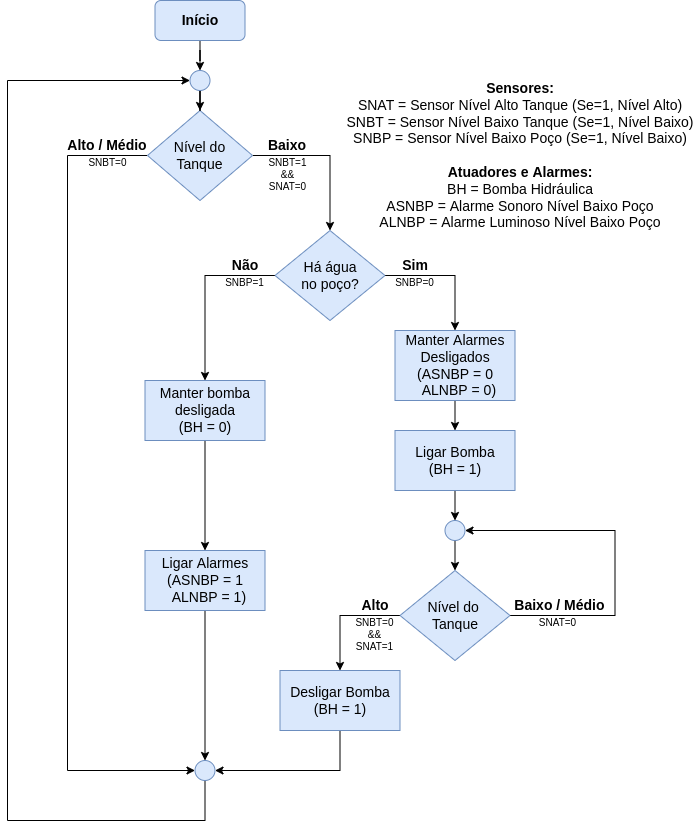
Above: Fluxograma.drawio.png in felipemohr/DLP_Tankinho (draw.io), before the change. Source tidied: cells renumbered, new cells last; positions are measured from the earlier drawing's top-left corner, leaving out a move shared by most shapes.
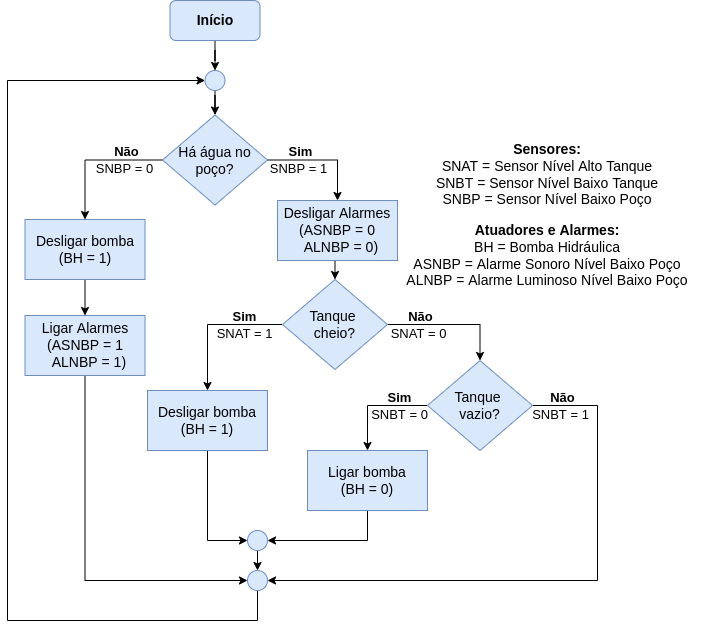
After the change.

Diff of the diagram source:
```diff
@@ -6,137 +6,147 @@
       <mxGeometry relative="1" as="geometry" />
     </mxCell>
     <mxCell id="3" value="&lt;font style=&quot;font-size: 14px;&quot;&gt;&lt;b&gt;Início&lt;/b&gt;&lt;/font&gt;" style="rounded=1;whiteSpace=wrap;html=1;fillColor=#dae8fc;strokeColor=#6c8ebf;" parent="1" vertex="1">
-      <mxGeometry x="147.5" width="90" height="40" as="geometry" />
+      <mxGeometry x="172.5" width="90" height="40" as="geometry" />
     </mxCell>
-    <mxCell id="4" style="edgeStyle=orthogonalEdgeStyle;rounded=0;jettySize=auto;html=1;fontSize=14;" parent="1" edge="1" source="6" target="9">
-      <mxGeometry relative="1" as="geometry" />
-    </mxCell>
-    <mxCell id="5" style="edgeStyle=orthogonalEdgeStyle;rounded=0;jettySize=auto;html=1;exitX=0;exitY=0.5;exitDx=0;exitDy=0;entryX=0;entryY=0.5;entryDx=0;entryDy=0;fontSize=14;" parent="1" edge="1" source="6" target="25">
-      <mxGeometry relative="1" as="geometry">
-        <Array as="points">
-          <mxPoint x="60" y="155" />
-          <mxPoint x="60" y="770" />
-        </Array>
-      </mxGeometry>
-    </mxCell>
+    <mxCell id="42" style="edgeStyle=orthogonalEdgeStyle;rounded=0;jettySize=auto;html=1;exitX=0;exitY=0.5;exitDx=0;exitDy=0;" parent="1" edge="1" source="6" target="45">
+      <mxGeometry relative="1" as="geometry" />
+    </mxCell>
+    <mxCell id="43" style="edgeStyle=orthogonalEdgeStyle;rounded=0;jettySize=auto;html=1;exitX=1;exitY=0.5;exitDx=0;exitDy=0;entryX=0.5;entryY=0;entryDx=0;entryDy=0;" parent="1" edge="1" source="6" target="47">
+      <mxGeometry relative="1" as="geometry" />
+    </mxCell>
-    <mxCell id="6" value="Nível do&lt;br&gt;Tanque" style="rhombus;whiteSpace=wrap;html=1;fontSize=14;fillColor=#dae8fc;strokeColor=#6c8ebf;" parent="1" vertex="1">
-      <mxGeometry x="140" y="110" width="105" height="90" as="geometry" />
+    <mxCell id="6" value="Há água no poço?" style="rhombus;whiteSpace=wrap;html=1;fontSize=14;fillColor=#dae8fc;strokeColor=#6c8ebf;" parent="1" vertex="1">
+      <mxGeometry x="165" y="114.5" width="105" height="90" as="geometry" />
     </mxCell>
-    <mxCell id="7" style="edgeStyle=orthogonalEdgeStyle;rounded=0;jettySize=auto;html=1;fontSize=14;" parent="1" edge="1" source="9" target="11">
-      <mxGeometry relative="1" as="geometry" />
-    </mxCell>
-    <mxCell id="8" style="edgeStyle=orthogonalEdgeStyle;rounded=0;jettySize=auto;html=1;fontSize=14;" parent="1" edge="1" source="9" target="13">
-      <mxGeometry relative="1" as="geometry" />
-    </mxCell>
-    <mxCell id="9" value="Há água&lt;br&gt;no poço?" style="rhombus;whiteSpace=wrap;html=1;fontSize=14;fillColor=#dae8fc;strokeColor=#6c8ebf;" parent="1" vertex="1">
-      <mxGeometry x="267.5" y="230" width="110" height="90" as="geometry" />
-    </mxCell>
-    <mxCell id="10" style="edgeStyle=orthogonalEdgeStyle;rounded=0;jettySize=auto;html=1;fontSize=14;exitX=0.5;exitY=1;exitDx=0;exitDy=0;" parent="1" edge="1" source="11" target="21">
-      <mxGeometry relative="1" as="geometry" />
-    </mxCell>
-    <mxCell id="11" value="Manter bomba desligada&lt;br&gt;(BH = 0)" style="rounded=0;whiteSpace=wrap;html=1;fontSize=14;fillColor=#dae8fc;strokeColor=#6c8ebf;" parent="1" vertex="1">
-      <mxGeometry x="137.5" y="380" width="120" height="60" as="geometry" />
-    </mxCell>
-    <mxCell id="12" style="edgeStyle=orthogonalEdgeStyle;rounded=0;jettySize=auto;html=1;exitX=0.5;exitY=1;exitDx=0;exitDy=0;entryX=0.5;entryY=0;entryDx=0;entryDy=0;" parent="1" edge="1" source="13" target="41">
-      <mxGeometry relative="1" as="geometry" />
-    </mxCell>
-    <mxCell id="13" value="Manter Alarmes Desligados&lt;br&gt;(ASNBP = 0&lt;br&gt;&amp;nbsp; ALNBP = 0)" style="rounded=0;whiteSpace=wrap;html=1;fontSize=14;fillColor=#dae8fc;strokeColor=#6c8ebf;" parent="1" vertex="1">
-      <mxGeometry x="387.5" y="330" width="120" height="70" as="geometry" />
-    </mxCell>
-    <mxCell id="14" style="edgeStyle=orthogonalEdgeStyle;rounded=0;jettySize=auto;html=1;exitX=1;exitY=0.5;exitDx=0;exitDy=0;entryX=1;entryY=0.5;entryDx=0;entryDy=0;fontSize=14;" parent="1" edge="1" source="16" target="27">
-      <mxGeometry relative="1" as="geometry">
-        <Array as="points">
-          <mxPoint x="607.5" y="615" />
-          <mxPoint x="607.5" y="530" />
-        </Array>
-      </mxGeometry>
-    </mxCell>
-    <mxCell id="15" style="edgeStyle=orthogonalEdgeStyle;rounded=0;jettySize=auto;html=1;exitX=0;exitY=0.5;exitDx=0;exitDy=0;fontSize=14;" parent="1" edge="1" source="16" target="18">
-      <mxGeometry relative="1" as="geometry" />
-    </mxCell>
-    <mxCell id="16" value="Nível do &lt;br&gt;Tanque" style="rhombus;whiteSpace=wrap;html=1;fontSize=14;fillColor=#dae8fc;strokeColor=#6c8ebf;" parent="1" vertex="1">
-      <mxGeometry x="392.5" y="570" width="110" height="90" as="geometry" />
-    </mxCell>
-    <mxCell id="17" style="edgeStyle=orthogonalEdgeStyle;rounded=0;jettySize=auto;html=1;exitX=0.5;exitY=1;exitDx=0;exitDy=0;entryX=1;entryY=0.5;entryDx=0;entryDy=0;fontSize=14;" parent="1" edge="1" source="18" target="25">
-      <mxGeometry relative="1" as="geometry" />
-    </mxCell>
-    <mxCell id="18" value="Desligar Bomba&lt;br&gt;(BH = 1)" style="rounded=0;whiteSpace=wrap;html=1;fontSize=14;fillColor=#dae8fc;strokeColor=#6c8ebf;" parent="1" vertex="1">
-      <mxGeometry x="272.5" y="670" width="120" height="60" as="geometry" />
-    </mxCell>
-    <mxCell id="19" value="&lt;b&gt;Sensores:&lt;br&gt;&lt;/b&gt;SNAT = Sensor Nível Alto Tanque (Se=1, Nível Alto)&lt;br&gt;SNBT = Sensor Nível Baixo Tanque (Se=1, Nível Baixo)&lt;br&gt;SNBP = Sensor Nível Baixo Poço (Se=1, Nível Baixo)&lt;br&gt;&lt;br&gt;&lt;b&gt;Atuadores e Alarmes:&lt;br&gt;&lt;/b&gt;BH = Bomba Hidráulica&lt;br&gt;ASNBP = Alarme Sonoro Nível Baixo Poço&lt;br&gt;ALNBP = Alarme Luminoso Nível Baixo Poço" style="text;html=1;strokeColor=none;fillColor=none;align=center;verticalAlign=middle;whiteSpace=wrap;rounded=0;fontSize=14;" parent="1" vertex="1">
-      <mxGeometry x="337.5" y="65" width="350" height="180" as="geometry" />
+    <mxCell id="19" value="&lt;b&gt;Sensores:&lt;/b&gt;&lt;br&gt;SNAT = Sensor Nível Alto Tanque&lt;br&gt;SNBT = Sensor Nível Baixo Tanque&lt;br&gt;SNBP = Sensor Nível Baixo Poço" style="text;html=1;strokeColor=none;fillColor=none;align=center;verticalAlign=middle;whiteSpace=wrap;rounded=0;fontSize=14;" parent="1" vertex="1">
+      <mxGeometry x="380" y="158.5" width="340" height="30" as="geometry" />
     </mxCell>
-    <mxCell id="20" style="edgeStyle=orthogonalEdgeStyle;rounded=0;jettySize=auto;html=1;exitX=0.5;exitY=1;exitDx=0;exitDy=0;entryX=0.5;entryY=0;entryDx=0;entryDy=0;fontSize=14;" parent="1" edge="1" source="21" target="25">
-      <mxGeometry relative="1" as="geometry" />
-    </mxCell>
-    <mxCell id="21" value="Ligar Alarmes&lt;br&gt;(ASNBP = 1&lt;br&gt;&amp;nbsp; ALNBP = 1)" style="rounded=0;whiteSpace=wrap;html=1;fontSize=14;fillColor=#dae8fc;strokeColor=#6c8ebf;" parent="1" vertex="1">
-      <mxGeometry x="137.5" y="550" width="120" height="60" as="geometry" />
-    </mxCell>
     <mxCell id="22" style="edgeStyle=orthogonalEdgeStyle;rounded=0;jettySize=auto;html=1;fontSize=14;" parent="1" edge="1" source="23" target="6">
       <mxGeometry relative="1" as="geometry" />
     </mxCell>
     <mxCell id="23" style="ellipse;whiteSpace=wrap;html=1;fontSize=14;fillColor=#dae8fc;strokeColor=#6c8ebf;" parent="1" vertex="1">
-      <mxGeometry x="182.5" y="70" width="20" height="20" as="geometry" />
+      <mxGeometry x="207.5" y="70" width="20" height="20" as="geometry" />
     </mxCell>
     <mxCell id="24" style="edgeStyle=orthogonalEdgeStyle;rounded=0;jettySize=auto;html=1;exitX=0.5;exitY=1;exitDx=0;exitDy=0;entryX=0;entryY=0.5;entryDx=0;entryDy=0;fontSize=14;" parent="1" edge="1" source="25" target="23">
       <mxGeometry relative="1" as="geometry">
         <Array as="points">
-          <mxPoint x="198" y="820" />
-          <mxPoint y="820" />
-          <mxPoint y="80" />
+          <mxPoint x="260" y="620" />
+          <mxPoint x="10" y="620" />
+          <mxPoint x="10" y="80" />
         </Array>
       </mxGeometry>
     </mxCell>
     <mxCell id="25" style="ellipse;whiteSpace=wrap;html=1;fontSize=14;fillColor=#dae8fc;strokeColor=#6c8ebf;" parent="1" vertex="1">
-      <mxGeometry x="187.5" y="760" width="20" height="20" as="geometry" />
+      <mxGeometry x="250" y="570" width="20" height="20" as="geometry" />
     </mxCell>
-    <mxCell id="26" style="edgeStyle=orthogonalEdgeStyle;rounded=0;jettySize=auto;html=1;exitX=0.5;exitY=1;exitDx=0;exitDy=0;entryX=0.5;entryY=0;entryDx=0;entryDy=0;" parent="1" edge="1" source="27" target="16">
-      <mxGeometry relative="1" as="geometry" />
-    </mxCell>
-    <mxCell id="27" style="ellipse;whiteSpace=wrap;html=1;fontSize=14;fillColor=#dae8fc;strokeColor=#6c8ebf;" parent="1" vertex="1">
-      <mxGeometry x="437.5" y="520" width="20" height="20" as="geometry" />
-    </mxCell>
-    <mxCell id="28" value="&lt;b style=&quot;font-size: 14px;&quot;&gt;Baixo&lt;/b&gt;" style="text;html=1;strokeColor=none;fillColor=none;align=center;verticalAlign=middle;whiteSpace=wrap;rounded=0;fontSize=14;" parent="1" vertex="1">
-      <mxGeometry x="250" y="130" width="60" height="30" as="geometry" />
-    </mxCell>
-    <mxCell id="29" value="&lt;b style=&quot;font-size: 14px;&quot;&gt;Alto / Médio&lt;/b&gt;" style="text;html=1;strokeColor=none;fillColor=none;align=center;verticalAlign=middle;whiteSpace=wrap;rounded=0;fontSize=14;" parent="1" vertex="1">
-      <mxGeometry x="55" y="130" width="90" height="30" as="geometry" />
-    </mxCell>
-    <mxCell id="30" value="SNBT=1&lt;br&gt;&amp;amp;&amp;amp;&lt;br&gt;SNAT=0" style="text;whiteSpace=wrap;html=1;fontSize=10;align=center;" parent="1" vertex="1">
-      <mxGeometry x="242.5" y="150" width="75" height="60" as="geometry" />
-    </mxCell>
-    <mxCell id="31" value="SNBT=0" style="text;whiteSpace=wrap;html=1;fontSize=10;align=center;" parent="1" vertex="1">
-      <mxGeometry x="62.5" y="150" width="75" height="20" as="geometry" />
-    </mxCell>
-    <mxCell id="32" value="&lt;b style=&quot;font-size: 14px;&quot;&gt;Sim&lt;/b&gt;" style="text;html=1;strokeColor=none;fillColor=none;align=center;verticalAlign=middle;whiteSpace=wrap;rounded=0;fontSize=14;" parent="1" vertex="1">
-      <mxGeometry x="377.5" y="250" width="60" height="30" as="geometry" />
-    </mxCell>
-    <mxCell id="33" value="&lt;b style=&quot;font-size: 14px;&quot;&gt;Não&lt;/b&gt;" style="text;html=1;strokeColor=none;fillColor=none;align=center;verticalAlign=middle;whiteSpace=wrap;rounded=0;fontSize=14;" parent="1" vertex="1">
-      <mxGeometry x="207.5" y="250" width="60" height="30" as="geometry" />
-    </mxCell>
-    <mxCell id="34" value="SNBP=0" style="text;whiteSpace=wrap;html=1;fontSize=10;align=center;" parent="1" vertex="1">
-      <mxGeometry x="370" y="270" width="75" height="20" as="geometry" />
-    </mxCell>
-    <mxCell id="35" value="SNBP=1" style="text;whiteSpace=wrap;html=1;fontSize=10;align=center;" parent="1" vertex="1">
-      <mxGeometry x="200" y="270" width="75" height="60" as="geometry" />
-    </mxCell>
-    <mxCell id="36" value="&lt;b style=&quot;font-size: 14px;&quot;&gt;Alto&lt;/b&gt;" style="text;html=1;strokeColor=none;fillColor=none;align=center;verticalAlign=middle;whiteSpace=wrap;rounded=0;fontSize=14;" parent="1" vertex="1">
-      <mxGeometry x="337.5" y="590" width="60" height="30" as="geometry" />
-    </mxCell>
-    <mxCell id="37" value="&lt;b style=&quot;font-size: 14px;&quot;&gt;&amp;nbsp;Baixo / Médio&lt;/b&gt;" style="text;html=1;strokeColor=none;fillColor=none;align=center;verticalAlign=middle;whiteSpace=wrap;rounded=0;fontSize=14;" parent="1" vertex="1">
-      <mxGeometry x="497.5" y="590" width="105" height="30" as="geometry" />
-    </mxCell>
-    <mxCell id="38" value="SNBT=0&lt;br&gt;&amp;amp;&amp;amp;&lt;br&gt;SNAT=1" style="text;whiteSpace=wrap;html=1;fontSize=10;align=center;" parent="1" vertex="1">
-      <mxGeometry x="330" y="610" width="75" height="50" as="geometry" />
-    </mxCell>
-    <mxCell id="39" value="SNAT=0" style="text;whiteSpace=wrap;html=1;fontSize=10;align=center;" parent="1" vertex="1">
-      <mxGeometry x="512.5" y="610" width="75" height="20" as="geometry" />
-    </mxCell>
-    <mxCell id="40" style="edgeStyle=orthogonalEdgeStyle;rounded=0;jettySize=auto;html=1;exitX=0.5;exitY=1;exitDx=0;exitDy=0;entryX=0.5;entryY=0;entryDx=0;entryDy=0;" parent="1" edge="1" source="41" target="27">
-      <mxGeometry relative="1" as="geometry" />
-    </mxCell>
-    <mxCell id="41" value="Ligar Bomba&lt;br&gt;(BH = 1)" style="rounded=0;whiteSpace=wrap;html=1;fontSize=14;fillColor=#dae8fc;strokeColor=#6c8ebf;" parent="1" vertex="1">
-      <mxGeometry x="387.5" y="430" width="120" height="60" as="geometry" />
-    </mxCell>
+    <mxCell id="44" style="edgeStyle=orthogonalEdgeStyle;rounded=0;jettySize=auto;html=1;exitX=0.5;exitY=1;exitDx=0;exitDy=0;entryX=0.5;entryY=0;entryDx=0;entryDy=0;" parent="1" edge="1" source="45" target="21">
+      <mxGeometry relative="1" as="geometry" />
+    </mxCell>
+    <mxCell id="45" value="Desligar bomba&lt;br&gt;(BH = 1)" style="rounded=0;whiteSpace=wrap;html=1;fontSize=14;fillColor=#dae8fc;strokeColor=#6c8ebf;" parent="1" vertex="1">
+      <mxGeometry x="27.5" y="219" width="120" height="60" as="geometry" />
+    </mxCell>
+    <mxCell id="20" style="edgeStyle=orthogonalEdgeStyle;rounded=0;jettySize=auto;html=1;exitX=0.5;exitY=1;exitDx=0;exitDy=0;entryX=0;entryY=0.5;entryDx=0;entryDy=0;" parent="1" edge="1" source="21" target="25">
+      <mxGeometry relative="1" as="geometry" />
+    </mxCell>
+    <mxCell id="21" value="Ligar Alarmes&lt;br&gt;(ASNBP = 1&lt;br&gt;&amp;nbsp; ALNBP = 1)" style="rounded=0;whiteSpace=wrap;html=1;fontSize=14;fillColor=#dae8fc;strokeColor=#6c8ebf;" parent="1" vertex="1">
+      <mxGeometry x="27.5" y="315" width="120" height="60" as="geometry" />
+    </mxCell>
+    <mxCell id="46" style="edgeStyle=orthogonalEdgeStyle;rounded=0;jettySize=auto;html=1;exitX=0.5;exitY=1;exitDx=0;exitDy=0;entryX=0.5;entryY=0;entryDx=0;entryDy=0;" parent="1" edge="1" source="47" target="59">
+      <mxGeometry relative="1" as="geometry" />
+    </mxCell>
+    <mxCell id="47" value="Desligar Alarmes&lt;br&gt;(ASNBP = 0&lt;br&gt;&amp;nbsp; ALNBP = 0)" style="rounded=0;whiteSpace=wrap;html=1;fontSize=14;fillColor=#dae8fc;strokeColor=#6c8ebf;" parent="1" vertex="1">
+      <mxGeometry x="280" y="200" width="120" height="60" as="geometry" />
+    </mxCell>
+    <mxCell id="48" style="edgeStyle=orthogonalEdgeStyle;rounded=0;jettySize=auto;html=1;exitX=0.5;exitY=1;exitDx=0;exitDy=0;entryX=0;entryY=0.5;entryDx=0;entryDy=0;" parent="1" edge="1" source="49" target="53">
+      <mxGeometry relative="1" as="geometry" />
+    </mxCell>
+    <mxCell id="49" value="Desligar bomba&lt;br&gt;(BH = 1)" style="rounded=0;whiteSpace=wrap;html=1;fontSize=14;fillColor=#dae8fc;strokeColor=#6c8ebf;" parent="1" vertex="1">
+      <mxGeometry x="150" y="390" width="120" height="60" as="geometry" />
+    </mxCell>
+    <mxCell id="50" style="edgeStyle=orthogonalEdgeStyle;rounded=0;jettySize=auto;html=1;exitX=0.5;exitY=1;exitDx=0;exitDy=0;entryX=1;entryY=0.5;entryDx=0;entryDy=0;" parent="1" edge="1" source="51" target="53">
+      <mxGeometry relative="1" as="geometry" />
+    </mxCell>
+    <mxCell id="51" value="Ligar bomba&lt;br&gt;(BH = 0)" style="rounded=0;whiteSpace=wrap;html=1;fontSize=14;fillColor=#dae8fc;strokeColor=#6c8ebf;" parent="1" vertex="1">
+      <mxGeometry x="310" y="450" width="120" height="60" as="geometry" />
+    </mxCell>
+    <mxCell id="52" style="edgeStyle=orthogonalEdgeStyle;rounded=0;jettySize=auto;html=1;exitX=0.5;exitY=1;exitDx=0;exitDy=0;entryX=0.5;entryY=0;entryDx=0;entryDy=0;" parent="1" edge="1" source="53" target="25">
+      <mxGeometry relative="1" as="geometry" />
+    </mxCell>
+    <mxCell id="53" style="ellipse;whiteSpace=wrap;html=1;fontSize=14;fillColor=#dae8fc;strokeColor=#6c8ebf;" parent="1" vertex="1">
+      <mxGeometry x="250" y="530" width="20" height="20" as="geometry" />
+    </mxCell>
+    <mxCell id="54" value="&lt;b&gt;Atuadores e Alarmes:&lt;/b&gt;&lt;br&gt;BH = Bomba Hidráulica&lt;br&gt;ASNBP = Alarme Sonoro Nível Baixo Poço&lt;br&gt;ALNBP = Alarme Luminoso Nível Baixo Poço" style="text;html=1;strokeColor=none;fillColor=none;align=center;verticalAlign=middle;whiteSpace=wrap;rounded=0;fontSize=14;" parent="1" vertex="1">
+      <mxGeometry x="380" y="240" width="340" height="30" as="geometry" />
+    </mxCell>
+    <mxCell id="55" value="&lt;b style=&quot;font-size: 13px;&quot;&gt;Não&lt;/b&gt;" style="edgeLabel;html=1;align=center;verticalAlign=middle;fontSize=13;" parent="1" vertex="1">
+      <mxGeometry x="420" y="323" as="geometry">
+        <mxPoint x="2" y="-8" as="offset" />
+      </mxGeometry>
+    </mxCell>
+    <mxCell id="56" value="&lt;span style=&quot;font-size: 13px;&quot;&gt;SNAT = 1&lt;/span&gt;" style="edgeLabel;html=1;align=center;verticalAlign=middle;fontSize=13;" parent="1" vertex="1">
+      <mxGeometry x="246" y="332" as="geometry" />
+    </mxCell>
+    <mxCell id="57" style="edgeStyle=orthogonalEdgeStyle;rounded=0;jettySize=auto;html=1;exitX=0;exitY=0.5;exitDx=0;exitDy=0;entryX=0.5;entryY=0;entryDx=0;entryDy=0;fontSize=13;" parent="1" edge="1" source="59" target="49">
+      <mxGeometry relative="1" as="geometry" />
+    </mxCell>
+    <mxCell id="58" style="edgeStyle=orthogonalEdgeStyle;rounded=0;jettySize=auto;html=1;exitX=1;exitY=0.5;exitDx=0;exitDy=0;entryX=0.5;entryY=0;entryDx=0;entryDy=0;fontSize=13;" parent="1" edge="1" source="59" target="63">
+      <mxGeometry relative="1" as="geometry" />
+    </mxCell>
+    <mxCell id="59" value="Tanque &lt;br&gt;cheio?" style="rhombus;whiteSpace=wrap;html=1;fontSize=14;fillColor=#dae8fc;strokeColor=#6c8ebf;" parent="1" vertex="1">
+      <mxGeometry x="285" y="279" width="105" height="90" as="geometry" />
+    </mxCell>
+    <mxCell id="60" value="&lt;span style=&quot;font-size: 13px;&quot;&gt;SNAT = 0&lt;/span&gt;" style="edgeLabel;html=1;align=center;verticalAlign=middle;fontSize=13;" parent="1" vertex="1">
+      <mxGeometry x="420" y="332" as="geometry" />
+    </mxCell>
+    <mxCell id="61" style="edgeStyle=orthogonalEdgeStyle;rounded=0;jettySize=auto;html=1;exitX=0;exitY=0.5;exitDx=0;exitDy=0;entryX=0.5;entryY=0;entryDx=0;entryDy=0;fontSize=13;" parent="1" edge="1" source="63" target="51">
+      <mxGeometry relative="1" as="geometry" />
+    </mxCell>
+    <mxCell id="62" style="edgeStyle=orthogonalEdgeStyle;rounded=0;jettySize=auto;html=1;exitX=1;exitY=0.5;exitDx=0;exitDy=0;entryX=1;entryY=0.5;entryDx=0;entryDy=0;fontSize=13;" parent="1" edge="1" source="63" target="25">
+      <mxGeometry relative="1" as="geometry">
+        <Array as="points">
+          <mxPoint x="600" y="405" />
+          <mxPoint x="600" y="580" />
+        </Array>
+      </mxGeometry>
+    </mxCell>
+    <mxCell id="63" value="Tanque &lt;br&gt;vazio?" style="rhombus;whiteSpace=wrap;html=1;fontSize=14;fillColor=#dae8fc;strokeColor=#6c8ebf;" parent="1" vertex="1">
+      <mxGeometry x="430" y="360" width="105" height="90" as="geometry" />
+    </mxCell>
+    <mxCell id="64" value="&lt;b&gt;&lt;br&gt;Sim&lt;/b&gt;" style="edgeLabel;html=1;align=center;verticalAlign=middle;fontSize=13;" parent="1" vertex="1">
+      <mxGeometry x="244" y="315" as="geometry">
+        <mxPoint x="2" y="-8" as="offset" />
+      </mxGeometry>
+    </mxCell>
+    <mxCell id="65" value="&lt;b style=&quot;font-size: 13px;&quot;&gt;Não&lt;/b&gt;" style="edgeLabel;html=1;align=center;verticalAlign=middle;fontSize=13;" parent="1" vertex="1">
+      <mxGeometry x="562" y="404" as="geometry">
+        <mxPoint x="2" y="-8" as="offset" />
+      </mxGeometry>
+    </mxCell>
+    <mxCell id="66" value="&lt;span style=&quot;font-size: 13px;&quot;&gt;SNBT = 1&lt;/span&gt;" style="edgeLabel;html=1;align=center;verticalAlign=middle;fontSize=13;" parent="1" vertex="1">
+      <mxGeometry x="562" y="413" as="geometry" />
+    </mxCell>
+    <mxCell id="67" value="&lt;span style=&quot;font-size: 13px;&quot;&gt;SNBT = 0&lt;/span&gt;" style="edgeLabel;html=1;align=center;verticalAlign=middle;fontSize=13;" parent="1" vertex="1">
+      <mxGeometry x="401" y="413.5" as="geometry" />
+    </mxCell>
+    <mxCell id="68" value="&lt;b&gt;&lt;br&gt;Sim&lt;/b&gt;" style="edgeLabel;html=1;align=center;verticalAlign=middle;fontSize=13;" parent="1" vertex="1">
+      <mxGeometry x="399" y="396.5" as="geometry">
+        <mxPoint x="2" y="-8" as="offset" />
+      </mxGeometry>
+    </mxCell>
+    <mxCell id="69" value="&lt;b style=&quot;font-size: 13px;&quot;&gt;Não&lt;/b&gt;" style="edgeLabel;html=1;align=center;verticalAlign=middle;fontSize=13;" parent="1" vertex="1">
+      <mxGeometry x="126" y="158.5" as="geometry">
+        <mxPoint x="2" y="-8" as="offset" />
+      </mxGeometry>
+    </mxCell>
+    <mxCell id="70" value="&lt;span style=&quot;font-size: 13px;&quot;&gt;SNBP = 0&lt;/span&gt;" style="edgeLabel;html=1;align=center;verticalAlign=middle;fontSize=13;" parent="1" vertex="1">
+      <mxGeometry x="126" y="167.5" as="geometry" />
+    </mxCell>
+    <mxCell id="71" value="&lt;b style=&quot;font-size: 13px;&quot;&gt;Sim&lt;/b&gt;" style="edgeLabel;html=1;align=center;verticalAlign=middle;fontSize=13;" parent="1" vertex="1">
+      <mxGeometry x="300" y="158.5" as="geometry">
+        <mxPoint x="2" y="-8" as="offset" />
+      </mxGeometry>
+    </mxCell>
+    <mxCell id="72" value="&lt;span style=&quot;font-size: 13px;&quot;&gt;SNBP = 1&lt;/span&gt;" style="edgeLabel;html=1;align=center;verticalAlign=middle;fontSize=13;" parent="1" vertex="1">
+      <mxGeometry x="300" y="167.5" as="geometry" />
+    </mxCell>
   </root>
 </mxGraphModel>
```
